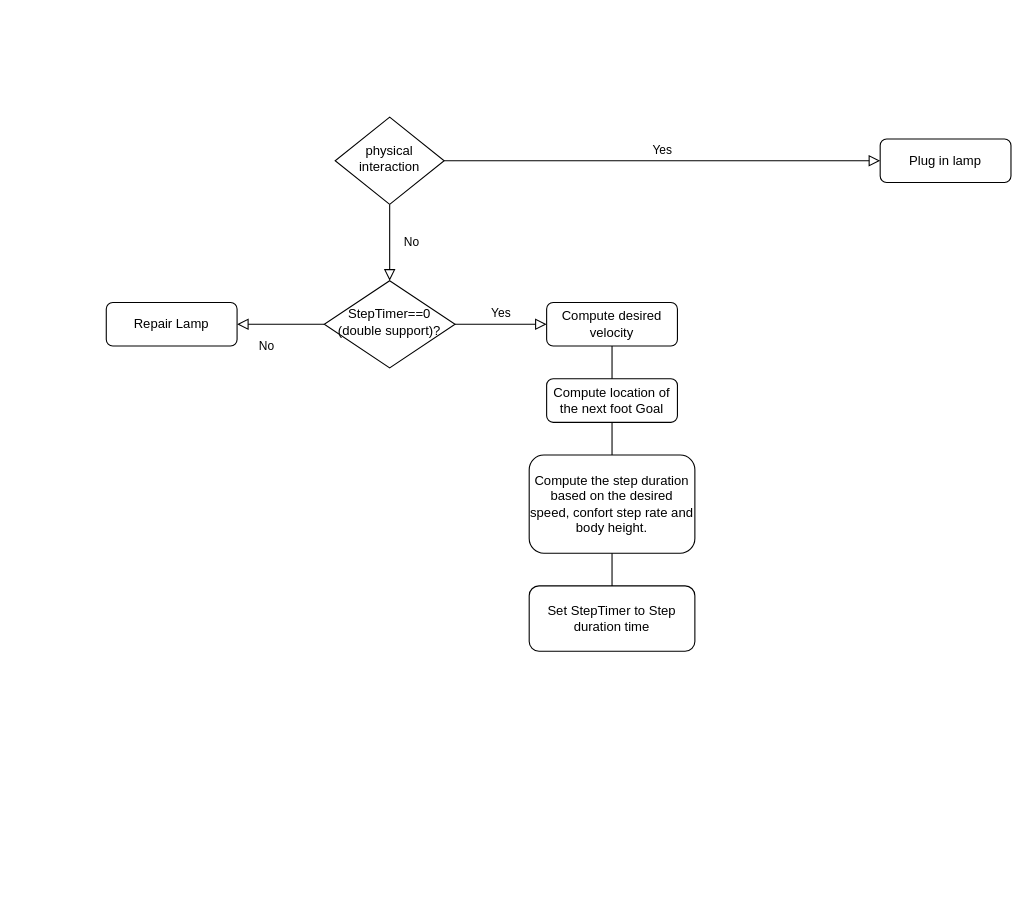
Earlier version of the draw.io diagram Flowchart_gait_humanoid_model.drawio (ThoChat/jupedsim_test_sandbox). Source tidied: cells renumbered, new cells numbered last; positions are measured from the earlier drawing's top-left corner, leaving out a move shared by most shapes. Both pictures are drawn from the tidied source at 109%, with x=0, y=0 at pixel (106, 117).
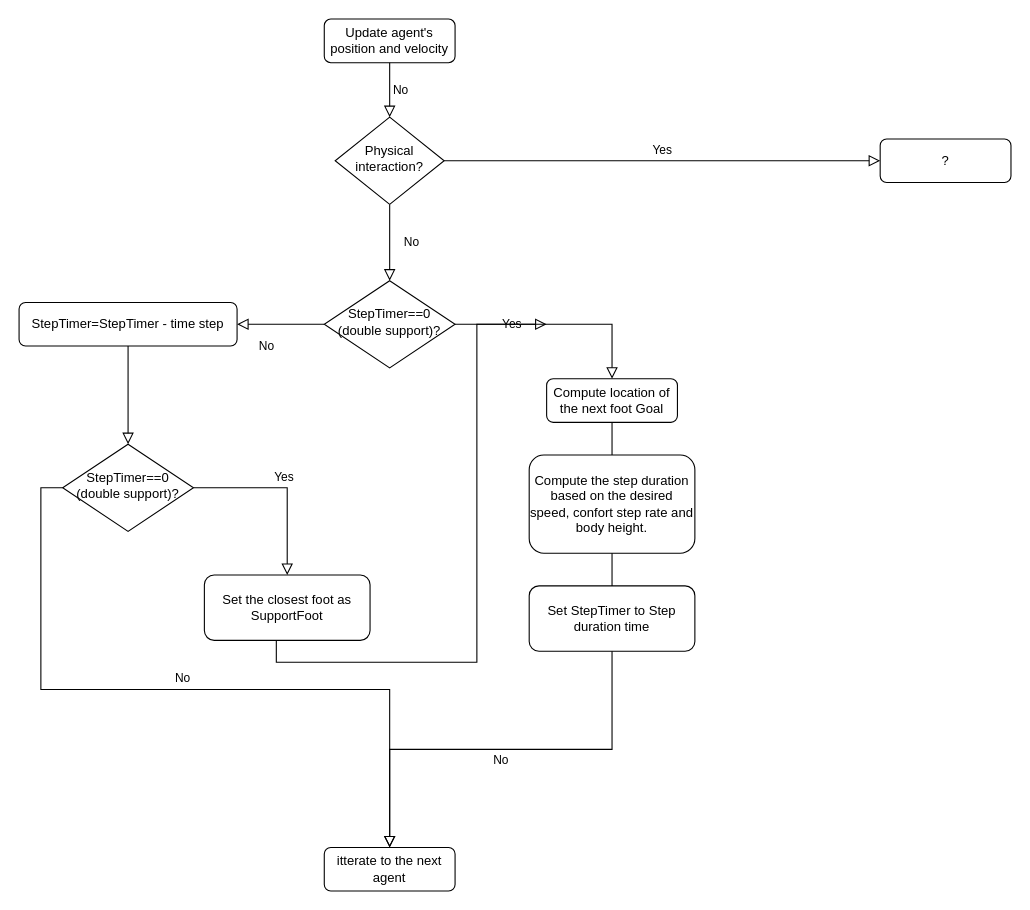
The same diagram, later.

The change refers to these unchanged cells:
```xml
<mxCell id="8" value="StepTimer==0 (double support)?" style="rhombus;whiteSpace=wrap;html=1;shadow=0;fontFamily=Helvetica;fontSize=12;align=center;strokeWidth=1;spacing=6;spacingTop=-4;" parent="1" vertex="1">
  <mxGeometry x="200" y="150" width="120" height="80" as="geometry" />
</mxCell>
<mxCell id="12" value="Compute location of the next foot Goal" style="rounded=1;whiteSpace=wrap;html=1;fontSize=12;glass=0;strokeWidth=1;shadow=0;" parent="1" vertex="1">
  <mxGeometry x="404" y="240" width="120" height="40" as="geometry" />
</mxCell>
<mxCell id="13" value="Set StepTimer to Step duration time" style="rounded=1;whiteSpace=wrap;html=1;fontSize=12;glass=0;strokeWidth=1;shadow=0;" parent="1" vertex="1">
  <mxGeometry x="388" y="430" width="152" height="60" as="geometry" />
</mxCell>
```

Change to the diagram source:
```diff
@@
-    <mxCell id="4" value="physical interaction " style="rhombus;whiteSpace=wrap;html=1;shadow=0;fontFamily=Helvetica;fontSize=12;align=center;strokeWidth=1;spacing=6;spacingTop=-4;" parent="1" vertex="1">
+    <mxCell id="4" value="Physical interaction?" style="rhombus;whiteSpace=wrap;html=1;shadow=0;fontFamily=Helvetica;fontSize=12;align=center;strokeWidth=1;spacing=6;spacingTop=-4;" parent="1" vertex="1">
       <mxGeometry x="210" width="100" height="80" as="geometry" />
     </mxCell>
-    <mxCell id="5" value="Plug in lamp" style="rounded=1;whiteSpace=wrap;html=1;fontSize=12;glass=0;strokeWidth=1;shadow=0;" parent="1" vertex="1">
+    <mxCell id="5" value="?" style="rounded=1;whiteSpace=wrap;html=1;fontSize=12;glass=0;strokeWidth=1;shadow=0;" parent="1" vertex="1">
       <mxGeometry x="710" y="20" width="120" height="40" as="geometry" />
     </mxCell>
@@
-    <mxCell id="7" value="Yes" style="edgeStyle=orthogonalEdgeStyle;rounded=0;html=1;jettySize=auto;fontSize=11;endArrow=block;endFill=0;endSize=8;strokeWidth=1;shadow=0;labelBackgroundColor=none;" parent="1" edge="1" source="8" target="10">
-      <mxGeometry y="10" relative="1" as="geometry" />
+    <mxCell id="7" value="Yes" style="edgeStyle=orthogonalEdgeStyle;rounded=0;html=1;jettySize=auto;fontSize=11;endArrow=block;endFill=0;endSize=8;strokeWidth=1;shadow=0;labelBackgroundColor=none;" parent="1" edge="1" source="8">
+      <mxGeometry y="10" relative="1" as="geometry">
+        <mxPoint x="404" y="190" as="targetPoint" />
+      </mxGeometry>
     </mxCell>
@@
-    <mxCell id="9" value="Repair Lamp" style="rounded=1;whiteSpace=wrap;html=1;fontSize=12;glass=0;strokeWidth=1;shadow=0;" parent="1" vertex="1">
-      <mxGeometry y="170" width="120" height="40" as="geometry" />
+    <mxCell id="9" value="StepTimer=StepTimer - time step" style="rounded=1;whiteSpace=wrap;html=1;fontSize=12;glass=0;strokeWidth=1;shadow=0;" parent="1" vertex="1">
+      <mxGeometry x="-80" y="170" width="200" height="40" as="geometry" />
     </mxCell>
-    <mxCell id="10" value="&lt;div&gt;Compute desired velocity&lt;br&gt;&lt;/div&gt;" style="rounded=1;whiteSpace=wrap;html=1;fontSize=12;glass=0;strokeWidth=1;shadow=0;" parent="1" vertex="1">
-      <mxGeometry x="404" y="170" width="120" height="40" as="geometry" />
-    </mxCell>
@@
-    <mxCell id="14" style="endArrow=none;html=1;rounded=0;entryX=0.5;entryY=1;entryDx=0;entryDy=0;exitX=0.5;exitY=0;exitDx=0;exitDy=0;" parent="1" edge="1" source="12" target="10">
-      <mxGeometry relative="1" as="geometry" />
-    </mxCell>
@@
+    <mxCell id="17" value="StepTimer==0 (double support)?" style="rhombus;whiteSpace=wrap;html=1;shadow=0;fontFamily=Helvetica;fontSize=12;align=center;strokeWidth=1;spacing=6;spacingTop=-4;" parent="1" vertex="1">
+      <mxGeometry x="-40" y="300" width="120" height="80" as="geometry" />
+    </mxCell>
+    <mxCell id="18" value="Set the closest foot as SupportFoot" style="rounded=1;whiteSpace=wrap;html=1;fontSize=12;glass=0;strokeWidth=1;shadow=0;" parent="1" vertex="1">
+      <mxGeometry x="90" y="420" width="152" height="60" as="geometry" />
+    </mxCell>
+    <mxCell id="19" value="Yes" style="edgeStyle=orthogonalEdgeStyle;rounded=0;html=1;jettySize=auto;fontSize=11;endArrow=block;endFill=0;endSize=8;strokeWidth=1;shadow=0;labelBackgroundColor=none;entryX=0.5;entryY=0;entryDx=0;entryDy=0;exitX=1;exitY=0.5;exitDx=0;exitDy=0;" parent="1" edge="1" source="17" target="18">
+      <mxGeometry y="10" relative="1" as="geometry" />
+    </mxCell>
+    <mxCell id="20" value="No" style="edgeStyle=orthogonalEdgeStyle;rounded=0;html=1;jettySize=auto;fontSize=11;endArrow=block;endFill=0;endSize=8;strokeWidth=1;shadow=0;labelBackgroundColor=none;exitX=0;exitY=0.5;exitDx=0;exitDy=0;entryX=0.5;entryY=0;entryDx=0;entryDy=0;" parent="1" edge="1" source="17" target="25">
+      <mxGeometry y="10" relative="1" as="geometry" />
+    </mxCell>
+    <mxCell id="21" style="edgeStyle=orthogonalEdgeStyle;rounded=0;html=1;jettySize=auto;fontSize=11;endArrow=block;endFill=0;endSize=8;strokeWidth=1;shadow=0;labelBackgroundColor=none;entryX=0.5;entryY=0;entryDx=0;entryDy=0;exitX=0.5;exitY=1;exitDx=0;exitDy=0;" parent="1" edge="1" target="12">
+      <mxGeometry y="10" relative="1" as="geometry">
+        <mxPoint x="156" y="480" as="sourcePoint" />
+        <Array as="points">
+          <mxPoint x="156" y="500" />
+          <mxPoint x="340" y="500" />
+          <mxPoint x="340" y="190" />
+          <mxPoint x="464" y="190" />
+        </Array>
+      </mxGeometry>
+    </mxCell>
+    <mxCell id="22" style="rounded=0;html=1;jettySize=auto;fontSize=11;endArrow=block;endFill=0;endSize=8;strokeWidth=1;shadow=0;labelBackgroundColor=none;edgeStyle=orthogonalEdgeStyle;exitX=0.5;exitY=1;exitDx=0;exitDy=0;entryX=0.5;entryY=0;entryDx=0;entryDy=0;" parent="1" edge="1" source="9" target="17">
+      <mxGeometry y="20" relative="1" as="geometry" />
+    </mxCell>
+    <mxCell id="23" value="&lt;div&gt;Update agent's position and velocity&lt;/div&gt;" style="rounded=1;whiteSpace=wrap;html=1;fontSize=12;glass=0;strokeWidth=1;shadow=0;" parent="1" vertex="1">
+      <mxGeometry x="200" y="-90" width="120" height="40" as="geometry" />
+    </mxCell>
+    <mxCell id="24" value="No" style="edgeStyle=orthogonalEdgeStyle;rounded=0;html=1;jettySize=auto;fontSize=11;endArrow=block;endFill=0;endSize=8;strokeWidth=1;shadow=0;labelBackgroundColor=none;exitX=0.5;exitY=1;exitDx=0;exitDy=0;entryX=0.5;entryY=0;entryDx=0;entryDy=0;" parent="1" edge="1" source="23" target="4">
+      <mxGeometry y="10" relative="1" as="geometry" />
+    </mxCell>
+    <mxCell id="25" value="itterate to the next agent" style="rounded=1;whiteSpace=wrap;html=1;fontSize=12;glass=0;strokeWidth=1;shadow=0;" parent="1" vertex="1">
+      <mxGeometry x="200" y="670" width="120" height="40" as="geometry" />
+    </mxCell>
+    <mxCell id="26" value="No" style="edgeStyle=orthogonalEdgeStyle;rounded=0;html=1;jettySize=auto;fontSize=11;endArrow=block;endFill=0;endSize=8;strokeWidth=1;shadow=0;labelBackgroundColor=none;exitX=0.5;exitY=1;exitDx=0;exitDy=0;entryX=0.5;entryY=0;entryDx=0;entryDy=0;" parent="1" edge="1" source="13" target="25">
+      <mxGeometry y="10" relative="1" as="geometry" />
+    </mxCell>
```
